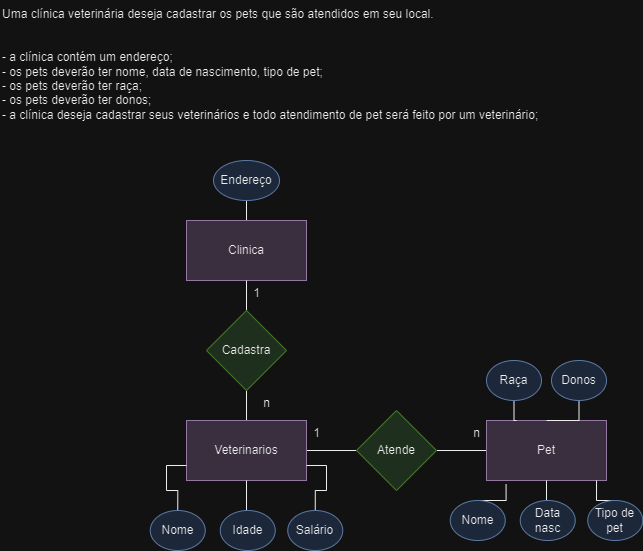
Before: sprint1-exercicios/1.3-clinica.drawio.png, a diagram exported from draw.io (Duduuz7/senai-2-semestre). Source tidied: cells renumbered, new cells last; positions are measured from the earlier drawing's top-left corner, leaving out a move shared by most shapes. Its diagram source:
```xml
<mxGraphModel>
  <root>
    <mxCell id="0" />
    <mxCell id="1" parent="0" />
    <mxCell id="2" value="Uma clínica veterinária deseja cadastrar os pets que são atendidos em seu local.&#10;&#10;&#10;- a clínica contém um endereço;&#10;- os pets deverão ter nome, data de nascimento, tipo de pet;&#10;- os pets deverão ter raça;&#10;- os pets deverão ter donos;&#10;- a clínica deseja cadastrar seus veterinários e todo atendimento de pet será feito por um veterinário;" style="text;whiteSpace=wrap;" parent="1" vertex="1">
      <mxGeometry width="560" height="150" as="geometry" />
    </mxCell>
    <mxCell id="3" style="edgeStyle=orthogonalEdgeStyle;rounded=0;jettySize=auto;html=1;exitX=0.5;exitY=0;exitDx=0;exitDy=0;entryX=0.5;entryY=1;entryDx=0;entryDy=0;endArrow=none;endFill=0;" parent="1" edge="1" source="4" target="5">
      <mxGeometry relative="1" as="geometry" />
    </mxCell>
    <mxCell id="4" value="Clinica" style="whiteSpace=wrap;html=1;fillColor=#e1d5e7;strokeColor=#9673a6;" parent="1" vertex="1">
      <mxGeometry x="186" y="220" width="120" height="60" as="geometry" />
    </mxCell>
    <mxCell id="5" value="Endereço" style="ellipse;whiteSpace=wrap;html=1;fillColor=#dae8fc;strokeColor=#6c8ebf;" parent="1" vertex="1">
      <mxGeometry x="213" y="160" width="66" height="40" as="geometry" />
    </mxCell>
    <mxCell id="6" style="edgeStyle=orthogonalEdgeStyle;rounded=0;jettySize=auto;html=1;exitX=0.5;exitY=0;exitDx=0;exitDy=0;entryX=0.5;entryY=1;entryDx=0;entryDy=0;endArrow=none;endFill=0;" parent="1" edge="1" source="8" target="4">
      <mxGeometry relative="1" as="geometry" />
    </mxCell>
    <mxCell id="7" style="edgeStyle=orthogonalEdgeStyle;rounded=0;jettySize=auto;html=1;exitX=0.5;exitY=1;exitDx=0;exitDy=0;entryX=0.5;entryY=0;entryDx=0;entryDy=0;endArrow=none;endFill=0;" parent="1" edge="1" source="8" target="10">
      <mxGeometry relative="1" as="geometry" />
    </mxCell>
    <mxCell id="8" value="Cadastra" style="rhombus;whiteSpace=wrap;html=1;fillColor=#d5e8d4;strokeColor=#82b366;" parent="1" vertex="1">
      <mxGeometry x="206" y="310" width="80" height="80" as="geometry" />
    </mxCell>
    <mxCell id="9" style="edgeStyle=orthogonalEdgeStyle;rounded=0;jettySize=auto;html=1;entryX=0;entryY=0.5;entryDx=0;entryDy=0;endArrow=none;endFill=0;" parent="1" edge="1" source="10" target="12">
      <mxGeometry relative="1" as="geometry" />
    </mxCell>
    <mxCell id="10" value="Veterinarios" style="whiteSpace=wrap;html=1;fillColor=#e1d5e7;strokeColor=#9673a6;" parent="1" vertex="1">
      <mxGeometry x="186" y="420" width="120" height="60" as="geometry" />
    </mxCell>
    <mxCell id="11" style="edgeStyle=orthogonalEdgeStyle;rounded=0;jettySize=auto;html=1;entryX=0;entryY=0.5;entryDx=0;entryDy=0;endArrow=none;endFill=0;" parent="1" edge="1" source="12" target="13">
      <mxGeometry relative="1" as="geometry" />
    </mxCell>
    <mxCell id="12" value="Atende" style="rhombus;whiteSpace=wrap;html=1;fillColor=#d5e8d4;strokeColor=#82b366;" parent="1" vertex="1">
      <mxGeometry x="356" y="410" width="80" height="80" as="geometry" />
    </mxCell>
    <mxCell id="13" value="Pet" style="whiteSpace=wrap;html=1;fillColor=#e1d5e7;strokeColor=#9673a6;" parent="1" vertex="1">
      <mxGeometry x="486" y="420" width="120" height="60" as="geometry" />
    </mxCell>
    <mxCell id="14" value="1" style="text;html=1;align=center;verticalAlign=middle;strokeColor=none;fillColor=none;" parent="1" vertex="1">
      <mxGeometry x="301" y="418" width="30" height="30" as="geometry" />
    </mxCell>
    <mxCell id="15" value="n" style="text;html=1;align=center;verticalAlign=middle;strokeColor=none;fillColor=none;" parent="1" vertex="1">
      <mxGeometry x="461" y="418" width="30" height="30" as="geometry" />
    </mxCell>
    <mxCell id="16" value="1" style="text;html=1;align=center;verticalAlign=middle;strokeColor=none;fillColor=none;" parent="1" vertex="1">
      <mxGeometry x="241" y="278" width="30" height="30" as="geometry" />
    </mxCell>
    <mxCell id="17" value="n" style="text;html=1;align=center;verticalAlign=middle;strokeColor=none;fillColor=none;" parent="1" vertex="1">
      <mxGeometry x="251" y="388" width="30" height="30" as="geometry" />
    </mxCell>
    <mxCell id="18" style="edgeStyle=orthogonalEdgeStyle;rounded=0;jettySize=auto;html=1;exitX=0.5;exitY=0;exitDx=0;exitDy=0;entryX=0.163;entryY=1.063;entryDx=0;entryDy=0;entryPerimeter=0;endArrow=none;endFill=0;" parent="1" edge="1" source="19" target="13">
      <mxGeometry relative="1" as="geometry" />
    </mxCell>
    <mxCell id="19" value="Nome" style="ellipse;whiteSpace=wrap;html=1;fillColor=#dae8fc;strokeColor=#6c8ebf;" parent="1" vertex="1">
      <mxGeometry x="449.8" y="500" width="55" height="40" as="geometry" />
    </mxCell>
    <mxCell id="20" style="edgeStyle=orthogonalEdgeStyle;rounded=0;jettySize=auto;html=1;exitX=0.5;exitY=0;exitDx=0;exitDy=0;entryX=0.5;entryY=1;entryDx=0;entryDy=0;endArrow=none;endFill=0;" parent="1" edge="1" source="21" target="13">
      <mxGeometry relative="1" as="geometry" />
    </mxCell>
    <mxCell id="21" value="Data nasc" style="ellipse;whiteSpace=wrap;html=1;fillColor=#dae8fc;strokeColor=#6c8ebf;" parent="1" vertex="1">
      <mxGeometry x="519.8" y="500" width="55" height="40" as="geometry" />
    </mxCell>
    <mxCell id="22" style="edgeStyle=orthogonalEdgeStyle;rounded=0;jettySize=auto;html=1;exitX=0.5;exitY=0;exitDx=0;exitDy=0;entryX=0.917;entryY=1;entryDx=0;entryDy=0;entryPerimeter=0;endArrow=none;endFill=0;" parent="1" edge="1" source="23" target="13">
      <mxGeometry relative="1" as="geometry" />
    </mxCell>
    <mxCell id="23" value="Tipo de pet" style="ellipse;whiteSpace=wrap;html=1;fillColor=#dae8fc;strokeColor=#6c8ebf;" parent="1" vertex="1">
      <mxGeometry x="587.2" y="500" width="55" height="40" as="geometry" />
    </mxCell>
    <mxCell id="24" style="edgeStyle=orthogonalEdgeStyle;rounded=0;jettySize=auto;html=1;entryX=0.25;entryY=0;entryDx=0;entryDy=0;endArrow=none;endFill=0;" parent="1" edge="1" source="25" target="13">
      <mxGeometry relative="1" as="geometry" />
    </mxCell>
    <mxCell id="25" value="Raça" style="ellipse;whiteSpace=wrap;html=1;fillColor=#dae8fc;strokeColor=#6c8ebf;" parent="1" vertex="1">
      <mxGeometry x="486" y="360" width="55" height="40" as="geometry" />
    </mxCell>
    <mxCell id="26" style="edgeStyle=orthogonalEdgeStyle;rounded=0;jettySize=auto;html=1;endArrow=none;endFill=0;" parent="1" edge="1" source="27" target="13">
      <mxGeometry relative="1" as="geometry" />
    </mxCell>
    <mxCell id="27" value="Donos" style="ellipse;whiteSpace=wrap;html=1;fillColor=#dae8fc;strokeColor=#6c8ebf;" parent="1" vertex="1">
      <mxGeometry x="551" y="360" width="55" height="40" as="geometry" />
    </mxCell>
    <mxCell id="28" style="edgeStyle=orthogonalEdgeStyle;rounded=0;jettySize=auto;html=1;exitX=0.5;exitY=0;exitDx=0;exitDy=0;entryX=0;entryY=0.75;entryDx=0;entryDy=0;endArrow=none;endFill=0;" parent="1" edge="1" source="29" target="10">
      <mxGeometry relative="1" as="geometry" />
    </mxCell>
    <mxCell id="29" value="Nome" style="ellipse;whiteSpace=wrap;html=1;fillColor=#dae8fc;strokeColor=#6c8ebf;" parent="1" vertex="1">
      <mxGeometry x="149.8" y="510" width="55" height="40" as="geometry" />
    </mxCell>
    <mxCell id="30" style="edgeStyle=orthogonalEdgeStyle;rounded=0;jettySize=auto;html=1;exitX=0.5;exitY=0;exitDx=0;exitDy=0;entryX=0.5;entryY=1;entryDx=0;entryDy=0;endArrow=none;endFill=0;" parent="1" edge="1" source="31" target="10">
      <mxGeometry relative="1" as="geometry" />
    </mxCell>
    <mxCell id="31" value="Idade" style="ellipse;whiteSpace=wrap;html=1;fillColor=#dae8fc;strokeColor=#6c8ebf;" parent="1" vertex="1">
      <mxGeometry x="219.8" y="510" width="55" height="40" as="geometry" />
    </mxCell>
    <mxCell id="32" style="edgeStyle=orthogonalEdgeStyle;rounded=0;jettySize=auto;html=1;exitX=0.5;exitY=0;exitDx=0;exitDy=0;entryX=1;entryY=0.75;entryDx=0;entryDy=0;endArrow=none;endFill=0;" parent="1" edge="1" source="33" target="10">
      <mxGeometry relative="1" as="geometry" />
    </mxCell>
    <mxCell id="33" value="Salário" style="ellipse;whiteSpace=wrap;html=1;fillColor=#dae8fc;strokeColor=#6c8ebf;" parent="1" vertex="1">
      <mxGeometry x="287.2" y="510" width="55" height="40" as="geometry" />
    </mxCell>
  </root>
</mxGraphModel>
```
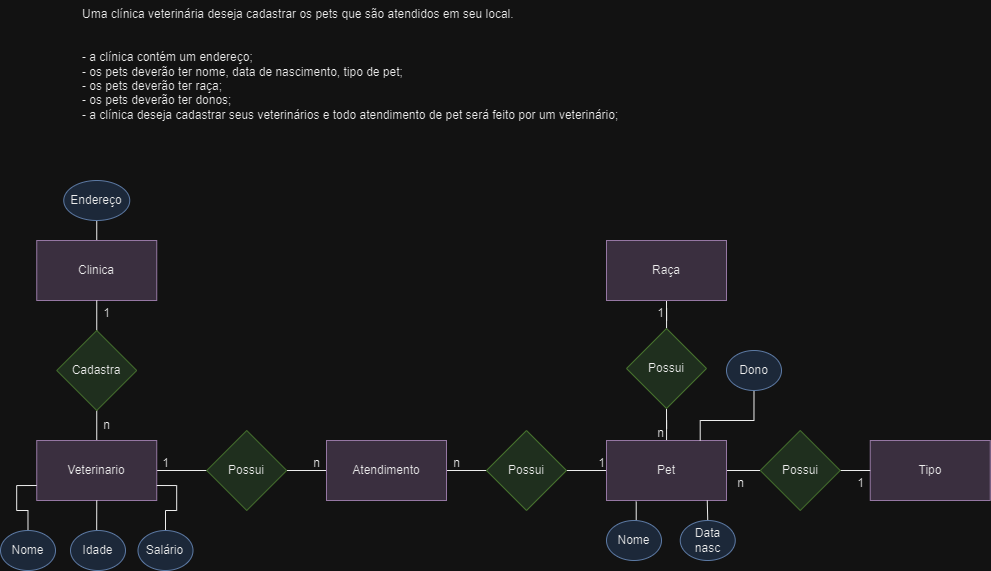
The same file after the commit.

What changed in the source:
```diff
@@ -3,16 +3,16 @@
     <mxCell id="0" />
     <mxCell id="1" parent="0" />
     <mxCell id="2" value="Uma clínica veterinária deseja cadastrar os pets que são atendidos em seu local.&#10;&#10;&#10;- a clínica contém um endereço;&#10;- os pets deverão ter nome, data de nascimento, tipo de pet;&#10;- os pets deverão ter raça;&#10;- os pets deverão ter donos;&#10;- a clínica deseja cadastrar seus veterinários e todo atendimento de pet será feito por um veterinário;" style="text;whiteSpace=wrap;" parent="1" vertex="1">
-      <mxGeometry width="560" height="150" as="geometry" />
+      <mxGeometry y="-30" width="560" height="150" as="geometry" />
     </mxCell>
     <mxCell id="3" style="edgeStyle=orthogonalEdgeStyle;rounded=0;jettySize=auto;html=1;exitX=0.5;exitY=0;exitDx=0;exitDy=0;entryX=0.5;entryY=1;entryDx=0;entryDy=0;endArrow=none;endFill=0;" parent="1" edge="1" source="4" target="5">
       <mxGeometry relative="1" as="geometry" />
     </mxCell>
     <mxCell id="4" value="Clinica" style="whiteSpace=wrap;html=1;fillColor=#e1d5e7;strokeColor=#9673a6;" parent="1" vertex="1">
-      <mxGeometry x="186" y="220" width="120" height="60" as="geometry" />
+      <mxGeometry x="-43.8" y="210" width="120" height="60" as="geometry" />
     </mxCell>
     <mxCell id="5" value="Endereço" style="ellipse;whiteSpace=wrap;html=1;fillColor=#dae8fc;strokeColor=#6c8ebf;" parent="1" vertex="1">
-      <mxGeometry x="213" y="160" width="66" height="40" as="geometry" />
+      <mxGeometry x="-16.8" y="150" width="66" height="40" as="geometry" />
     </mxCell>
     <mxCell id="6" style="edgeStyle=orthogonalEdgeStyle;rounded=0;jettySize=auto;html=1;exitX=0.5;exitY=0;exitDx=0;exitDy=0;entryX=0.5;entryY=1;entryDx=0;entryDy=0;endArrow=none;endFill=0;" parent="1" edge="1" source="8" target="4">
       <mxGeometry relative="1" as="geometry" />
@@ -21,82 +21,131 @@
       <mxGeometry relative="1" as="geometry" />
     </mxCell>
     <mxCell id="8" value="Cadastra" style="rhombus;whiteSpace=wrap;html=1;fillColor=#d5e8d4;strokeColor=#82b366;" parent="1" vertex="1">
-      <mxGeometry x="206" y="310" width="80" height="80" as="geometry" />
+      <mxGeometry x="-23.8" y="300" width="80" height="80" as="geometry" />
     </mxCell>
     <mxCell id="9" style="edgeStyle=orthogonalEdgeStyle;rounded=0;jettySize=auto;html=1;entryX=0;entryY=0.5;entryDx=0;entryDy=0;endArrow=none;endFill=0;" parent="1" edge="1" source="10" target="12">
       <mxGeometry relative="1" as="geometry" />
     </mxCell>
-    <mxCell id="10" value="Veterinarios" style="whiteSpace=wrap;html=1;fillColor=#e1d5e7;strokeColor=#9673a6;" parent="1" vertex="1">
-      <mxGeometry x="186" y="420" width="120" height="60" as="geometry" />
+    <mxCell id="10" value="Veterinario" style="whiteSpace=wrap;html=1;fillColor=#e1d5e7;strokeColor=#9673a6;" parent="1" vertex="1">
+      <mxGeometry x="-43.8" y="410" width="120" height="60" as="geometry" />
     </mxCell>
     <mxCell id="11" style="edgeStyle=orthogonalEdgeStyle;rounded=0;jettySize=auto;html=1;entryX=0;entryY=0.5;entryDx=0;entryDy=0;endArrow=none;endFill=0;" parent="1" edge="1" source="12" target="13">
       <mxGeometry relative="1" as="geometry" />
     </mxCell>
-    <mxCell id="12" value="Atende" style="rhombus;whiteSpace=wrap;html=1;fillColor=#d5e8d4;strokeColor=#82b366;" parent="1" vertex="1">
-      <mxGeometry x="356" y="410" width="80" height="80" as="geometry" />
+    <mxCell id="12" value="Possui" style="rhombus;whiteSpace=wrap;html=1;fillColor=#d5e8d4;strokeColor=#82b366;" parent="1" vertex="1">
+      <mxGeometry x="126.2" y="400" width="80" height="80" as="geometry" />
     </mxCell>
+    <mxCell id="34" style="edgeStyle=orthogonalEdgeStyle;rounded=0;jettySize=auto;html=1;entryX=0;entryY=0.5;entryDx=0;entryDy=0;endArrow=none;endFill=0;" parent="1" edge="1" source="13" target="38">
+      <mxGeometry relative="1" as="geometry" />
+    </mxCell>
+    <mxCell id="35" style="edgeStyle=orthogonalEdgeStyle;rounded=0;jettySize=auto;html=1;entryX=0.5;entryY=1;entryDx=0;entryDy=0;endArrow=none;endFill=0;" parent="1" edge="1" source="13" target="40">
+      <mxGeometry relative="1" as="geometry" />
+    </mxCell>
     <mxCell id="13" value="Pet" style="whiteSpace=wrap;html=1;fillColor=#e1d5e7;strokeColor=#9673a6;" parent="1" vertex="1">
-      <mxGeometry x="486" y="420" width="120" height="60" as="geometry" />
+      <mxGeometry x="526" y="410" width="120" height="60" as="geometry" />
     </mxCell>
-    <mxCell id="14" value="1" style="text;html=1;align=center;verticalAlign=middle;strokeColor=none;fillColor=none;" parent="1" vertex="1">
-      <mxGeometry x="301" y="418" width="30" height="30" as="geometry" />
-    </mxCell>
-    <mxCell id="15" value="n" style="text;html=1;align=center;verticalAlign=middle;strokeColor=none;fillColor=none;" parent="1" vertex="1">
-      <mxGeometry x="461" y="418" width="30" height="30" as="geometry" />
-    </mxCell>
     <mxCell id="16" value="1" style="text;html=1;align=center;verticalAlign=middle;strokeColor=none;fillColor=none;" parent="1" vertex="1">
-      <mxGeometry x="241" y="278" width="30" height="30" as="geometry" />
+      <mxGeometry x="11.2" y="268" width="30" height="30" as="geometry" />
     </mxCell>
     <mxCell id="17" value="n" style="text;html=1;align=center;verticalAlign=middle;strokeColor=none;fillColor=none;" parent="1" vertex="1">
-      <mxGeometry x="251" y="388" width="30" height="30" as="geometry" />
+      <mxGeometry x="11.2" y="380" width="30" height="30" as="geometry" />
     </mxCell>
-    <mxCell id="18" style="edgeStyle=orthogonalEdgeStyle;rounded=0;jettySize=auto;html=1;exitX=0.5;exitY=0;exitDx=0;exitDy=0;entryX=0.163;entryY=1.063;entryDx=0;entryDy=0;entryPerimeter=0;endArrow=none;endFill=0;" parent="1" edge="1" source="19" target="13">
-      <mxGeometry relative="1" as="geometry" />
+    <mxCell id="18" style="edgeStyle=orthogonalEdgeStyle;rounded=0;jettySize=auto;html=1;exitX=0.5;exitY=0;exitDx=0;exitDy=0;endArrow=none;endFill=0;" parent="1" edge="1" source="19">
+      <mxGeometry relative="1" as="geometry">
+        <mxPoint x="555.8" y="471" as="targetPoint" />
+        <Array as="points">
+          <mxPoint x="555.8" y="490" />
+          <mxPoint x="555.8" y="471" />
+        </Array>
+      </mxGeometry>
     </mxCell>
     <mxCell id="19" value="Nome" style="ellipse;whiteSpace=wrap;html=1;fillColor=#dae8fc;strokeColor=#6c8ebf;" parent="1" vertex="1">
-      <mxGeometry x="449.8" y="500" width="55" height="40" as="geometry" />
+      <mxGeometry x="526" y="490" width="55" height="40" as="geometry" />
     </mxCell>
-    <mxCell id="20" style="edgeStyle=orthogonalEdgeStyle;rounded=0;jettySize=auto;html=1;exitX=0.5;exitY=0;exitDx=0;exitDy=0;entryX=0.5;entryY=1;entryDx=0;entryDy=0;endArrow=none;endFill=0;" parent="1" edge="1" source="21" target="13">
-      <mxGeometry relative="1" as="geometry" />
+    <mxCell id="20" style="edgeStyle=orthogonalEdgeStyle;rounded=0;jettySize=auto;html=1;exitX=0.5;exitY=0;exitDx=0;exitDy=0;endArrow=none;endFill=0;" parent="1" edge="1" source="21">
+      <mxGeometry relative="1" as="geometry">
+        <mxPoint x="626.8" y="470" as="targetPoint" />
+      </mxGeometry>
     </mxCell>
     <mxCell id="21" value="Data nasc" style="ellipse;whiteSpace=wrap;html=1;fillColor=#dae8fc;strokeColor=#6c8ebf;" parent="1" vertex="1">
-      <mxGeometry x="519.8" y="500" width="55" height="40" as="geometry" />
+      <mxGeometry x="599.8" y="490" width="55" height="40" as="geometry" />
     </mxCell>
-    <mxCell id="22" style="edgeStyle=orthogonalEdgeStyle;rounded=0;jettySize=auto;html=1;exitX=0.5;exitY=0;exitDx=0;exitDy=0;entryX=0.917;entryY=1;entryDx=0;entryDy=0;entryPerimeter=0;endArrow=none;endFill=0;" parent="1" edge="1" source="23" target="13">
-      <mxGeometry relative="1" as="geometry" />
-    </mxCell>
-    <mxCell id="23" value="Tipo de pet" style="ellipse;whiteSpace=wrap;html=1;fillColor=#dae8fc;strokeColor=#6c8ebf;" parent="1" vertex="1">
-      <mxGeometry x="587.2" y="500" width="55" height="40" as="geometry" />
-    </mxCell>
-    <mxCell id="24" style="edgeStyle=orthogonalEdgeStyle;rounded=0;jettySize=auto;html=1;entryX=0.25;entryY=0;entryDx=0;entryDy=0;endArrow=none;endFill=0;" parent="1" edge="1" source="25" target="13">
-      <mxGeometry relative="1" as="geometry" />
-    </mxCell>
-    <mxCell id="25" value="Raça" style="ellipse;whiteSpace=wrap;html=1;fillColor=#dae8fc;strokeColor=#6c8ebf;" parent="1" vertex="1">
-      <mxGeometry x="486" y="360" width="55" height="40" as="geometry" />
-    </mxCell>
     <mxCell id="26" style="edgeStyle=orthogonalEdgeStyle;rounded=0;jettySize=auto;html=1;endArrow=none;endFill=0;" parent="1" edge="1" source="27" target="13">
-      <mxGeometry relative="1" as="geometry" />
+      <mxGeometry relative="1" as="geometry">
+        <Array as="points">
+          <mxPoint x="673.8" y="390" />
+          <mxPoint x="619.8" y="390" />
+        </Array>
+      </mxGeometry>
     </mxCell>
-    <mxCell id="27" value="Donos" style="ellipse;whiteSpace=wrap;html=1;fillColor=#dae8fc;strokeColor=#6c8ebf;" parent="1" vertex="1">
-      <mxGeometry x="551" y="360" width="55" height="40" as="geometry" />
+    <mxCell id="27" value="Dono" style="ellipse;whiteSpace=wrap;html=1;fillColor=#dae8fc;strokeColor=#6c8ebf;" parent="1" vertex="1">
+      <mxGeometry x="646" y="320" width="55" height="40" as="geometry" />
     </mxCell>
     <mxCell id="28" style="edgeStyle=orthogonalEdgeStyle;rounded=0;jettySize=auto;html=1;exitX=0.5;exitY=0;exitDx=0;exitDy=0;entryX=0;entryY=0.75;entryDx=0;entryDy=0;endArrow=none;endFill=0;" parent="1" edge="1" source="29" target="10">
       <mxGeometry relative="1" as="geometry" />
     </mxCell>
     <mxCell id="29" value="Nome" style="ellipse;whiteSpace=wrap;html=1;fillColor=#dae8fc;strokeColor=#6c8ebf;" parent="1" vertex="1">
-      <mxGeometry x="149.8" y="510" width="55" height="40" as="geometry" />
+      <mxGeometry x="-80" y="500" width="55" height="40" as="geometry" />
     </mxCell>
     <mxCell id="30" style="edgeStyle=orthogonalEdgeStyle;rounded=0;jettySize=auto;html=1;exitX=0.5;exitY=0;exitDx=0;exitDy=0;entryX=0.5;entryY=1;entryDx=0;entryDy=0;endArrow=none;endFill=0;" parent="1" edge="1" source="31" target="10">
       <mxGeometry relative="1" as="geometry" />
     </mxCell>
     <mxCell id="31" value="Idade" style="ellipse;whiteSpace=wrap;html=1;fillColor=#dae8fc;strokeColor=#6c8ebf;" parent="1" vertex="1">
-      <mxGeometry x="219.8" y="510" width="55" height="40" as="geometry" />
+      <mxGeometry x="-10" y="500" width="55" height="40" as="geometry" />
     </mxCell>
     <mxCell id="32" style="edgeStyle=orthogonalEdgeStyle;rounded=0;jettySize=auto;html=1;exitX=0.5;exitY=0;exitDx=0;exitDy=0;entryX=1;entryY=0.75;entryDx=0;entryDy=0;endArrow=none;endFill=0;" parent="1" edge="1" source="33" target="10">
       <mxGeometry relative="1" as="geometry" />
     </mxCell>
     <mxCell id="33" value="Salário" style="ellipse;whiteSpace=wrap;html=1;fillColor=#dae8fc;strokeColor=#6c8ebf;" parent="1" vertex="1">
-      <mxGeometry x="287.2" y="510" width="55" height="40" as="geometry" />
+      <mxGeometry x="57.5" y="500" width="55" height="40" as="geometry" />
     </mxCell>
+    <mxCell id="36" value="Tipo" style="whiteSpace=wrap;html=1;fillColor=#e1d5e7;strokeColor=#9673a6;" parent="1" vertex="1">
+      <mxGeometry x="789.8" y="410" width="120" height="60" as="geometry" />
+    </mxCell>
+    <mxCell id="37" style="edgeStyle=orthogonalEdgeStyle;rounded=0;jettySize=auto;html=1;entryX=0;entryY=0.5;entryDx=0;entryDy=0;endArrow=none;endFill=0;" parent="1" edge="1" source="38" target="36">
+      <mxGeometry relative="1" as="geometry" />
+    </mxCell>
+    <mxCell id="38" value="Possui" style="rhombus;whiteSpace=wrap;html=1;fillColor=#d5e8d4;strokeColor=#82b366;" parent="1" vertex="1">
+      <mxGeometry x="679.8" y="400" width="80" height="80" as="geometry" />
+    </mxCell>
+    <mxCell id="39" style="edgeStyle=orthogonalEdgeStyle;rounded=0;jettySize=auto;html=1;entryX=0.5;entryY=1;entryDx=0;entryDy=0;endArrow=none;endFill=0;" parent="1" edge="1" source="40" target="25">
+      <mxGeometry relative="1" as="geometry" />
+    </mxCell>
+    <mxCell id="40" value="Possui" style="rhombus;whiteSpace=wrap;html=1;fillColor=#d5e8d4;strokeColor=#82b366;" parent="1" vertex="1">
+      <mxGeometry x="546" y="298" width="80" height="80" as="geometry" />
+    </mxCell>
+    <mxCell id="25" value="Raça" style="whiteSpace=wrap;html=1;fillColor=#e1d5e7;strokeColor=#9673a6;" parent="1" vertex="1">
+      <mxGeometry x="526" y="210" width="120" height="60" as="geometry" />
+    </mxCell>
+    <mxCell id="41" value="n" style="text;html=1;align=center;verticalAlign=middle;strokeColor=none;fillColor=none;" parent="1" vertex="1">
+      <mxGeometry x="644.8" y="438" width="30" height="30" as="geometry" />
+    </mxCell>
+    <mxCell id="42" value="1" style="text;html=1;align=center;verticalAlign=middle;strokeColor=none;fillColor=none;" parent="1" vertex="1">
+      <mxGeometry x="764.8" y="438" width="30" height="30" as="geometry" />
+    </mxCell>
+    <mxCell id="43" value="n" style="text;html=1;align=center;verticalAlign=middle;strokeColor=none;fillColor=none;" parent="1" vertex="1">
+      <mxGeometry x="564.8" y="388" width="30" height="30" as="geometry" />
+    </mxCell>
+    <mxCell id="44" value="1" style="text;html=1;align=center;verticalAlign=middle;strokeColor=none;fillColor=none;" parent="1" vertex="1">
+      <mxGeometry x="564.8" y="268" width="30" height="30" as="geometry" />
+    </mxCell>
+    <mxCell id="45" value="Atendimento" style="whiteSpace=wrap;html=1;fillColor=#e1d5e7;strokeColor=#9673a6;" parent="1" vertex="1">
+      <mxGeometry x="246" y="410" width="120" height="60" as="geometry" />
+    </mxCell>
+    <mxCell id="46" value="Possui" style="rhombus;whiteSpace=wrap;html=1;fillColor=#d5e8d4;strokeColor=#82b366;" parent="1" vertex="1">
+      <mxGeometry x="406" y="400" width="80" height="80" as="geometry" />
+    </mxCell>
+    <mxCell id="47" value="1" style="text;html=1;align=center;verticalAlign=middle;strokeColor=none;fillColor=none;" parent="1" vertex="1">
+      <mxGeometry x="70" y="418" width="30" height="30" as="geometry" />
+    </mxCell>
+    <mxCell id="48" value="n" style="text;html=1;align=center;verticalAlign=middle;strokeColor=none;fillColor=none;" parent="1" vertex="1">
+      <mxGeometry x="221" y="418" width="30" height="30" as="geometry" />
+    </mxCell>
+    <mxCell id="49" value="n" style="text;html=1;align=center;verticalAlign=middle;strokeColor=none;fillColor=none;" parent="1" vertex="1">
+      <mxGeometry x="361" y="418" width="30" height="30" as="geometry" />
+    </mxCell>
+    <mxCell id="50" value="1" style="text;html=1;align=center;verticalAlign=middle;strokeColor=none;fillColor=none;" parent="1" vertex="1">
+      <mxGeometry x="506" y="418" width="30" height="30" as="geometry" />
+    </mxCell>
   </root>
 </mxGraphModel>
```
